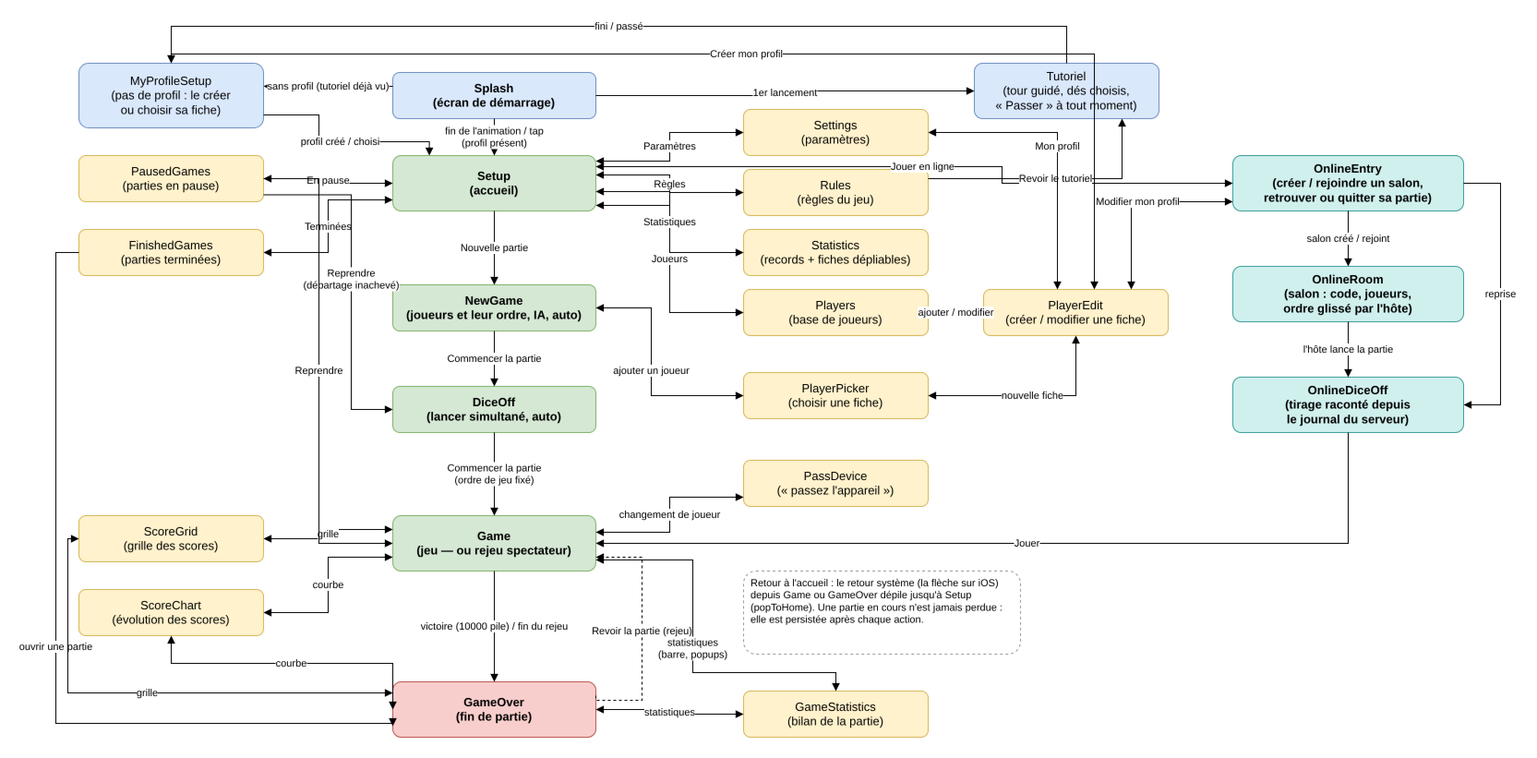
Above: docs/screen-flow.png in microscotch/tenk (draw.io), before the change. Source tidied: cells renumbered, new cells last; positions are measured from the earlier drawing's top-left corner, leaving out a move shared by most shapes.
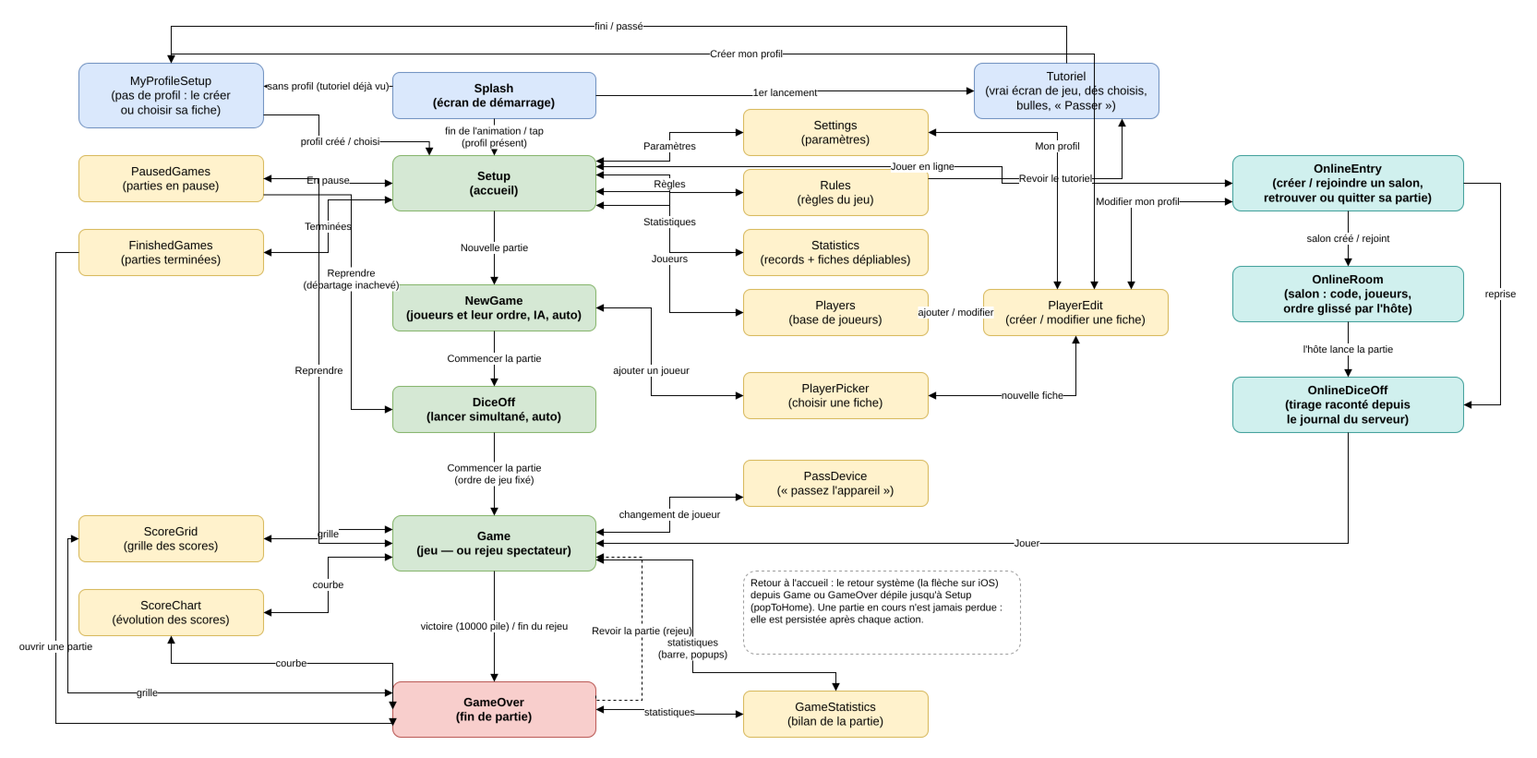
The same diagram one commit later.

Change to the diagram source:
```diff
@@ -216,7 +216,7 @@
     <mxCell id="54" value="MyProfileSetup&#10;(pas de profil : le créer&#10;ou choisir sa fiche)" style="rounded=1;whiteSpace=wrap;html=1;fillColor=#dae8fc;strokeColor=#6c8ebf;fontSize=13;" parent="1" vertex="1">
       <mxGeometry x="25" y="40" width="200" height="70" as="geometry" />
     </mxCell>
-    <mxCell id="55" value="Tutoriel&#10;(tour guidé, dés choisis,&#10;« Passer » à tout moment)" style="rounded=1;whiteSpace=wrap;html=1;fillColor=#dae8fc;strokeColor=#6c8ebf;fontSize=13;" parent="1" vertex="1">
+    <mxCell id="55" value="Tutoriel&#10;(vrai écran de jeu, dés choisis,&#10;bulles, « Passer »)" style="rounded=1;whiteSpace=wrap;html=1;fillColor=#dae8fc;strokeColor=#6c8ebf;fontSize=13;" parent="1" vertex="1">
       <mxGeometry x="995" y="40" width="200" height="60" as="geometry" />
     </mxCell>
     <mxCell id="56" value="1er lancement" style="edgeStyle=orthogonalEdgeStyle;rounded=0;html=1;fontSize=11;endArrow=block;endFill=1;labelBackgroundColor=#ffffff;exitX=1;exitY=0.5;entryX=0;entryY=0.5;" parent="1" edge="1" source="2" target="55">
```
